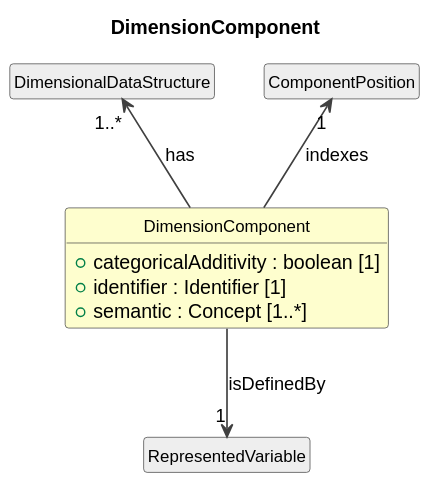
The PlantUML diagram cdif-uml-model/CDIFDataStructure/Classes/DimensionComponent.svg in Cross-Domain-Interoperability-Framework/metadataBuildingBlocks, before a commit.
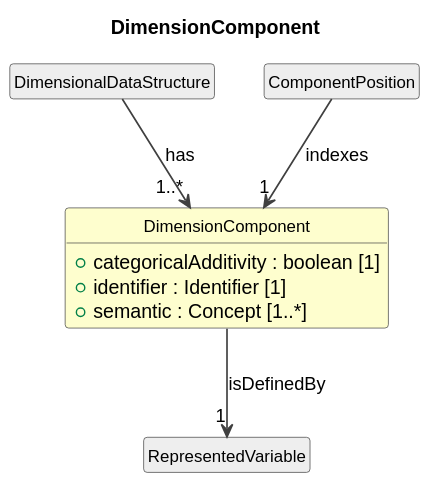
After the change.

Diff of the diagram source:
```diff
@@ -16,9 +16,9 @@
   +semantic : Concept [1..*]
 }
 class "DimensionalDataStructure" as DimensionalDataStructure #EEEEEE
-DimensionalDataStructure "1..*" <-- DimensionComponent : has
+DimensionalDataStructure --> "1..*" DimensionComponent : has
 class "RepresentedVariable" as RepresentedVariable #EEEEEE
 DimensionComponent --> "1" RepresentedVariable : isDefinedBy
 class "ComponentPosition" as ComponentPosition #EEEEEE
-ComponentPosition "1" <-- DimensionComponent : indexes
+ComponentPosition --> "1" DimensionComponent : indexes
 @enduml
```
